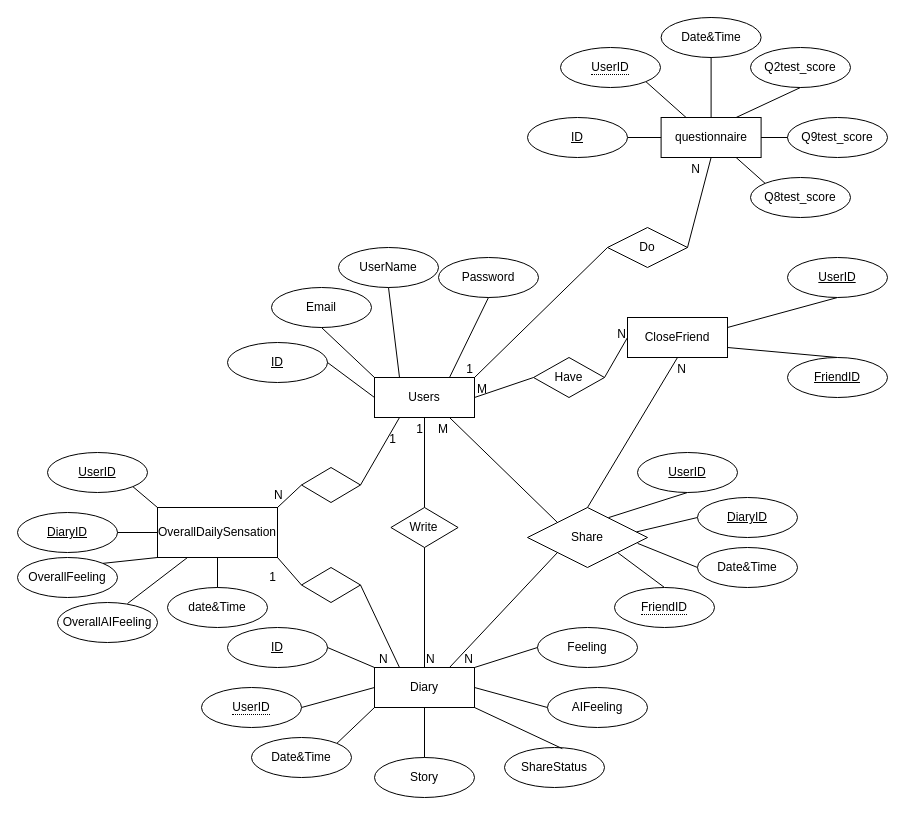
Above: diagarm/ERDiagram.drawio in Babybluebear404/Project-SafeZone (draw.io), before the change. Source tidied: cells renumbered, new cells numbered last; positions are measured from the earlier drawing's top-left corner, leaving out a move shared by most shapes. Both pictures are drawn from the tidied source at 100%, with x=0, y=0 at pixel (17, 17).
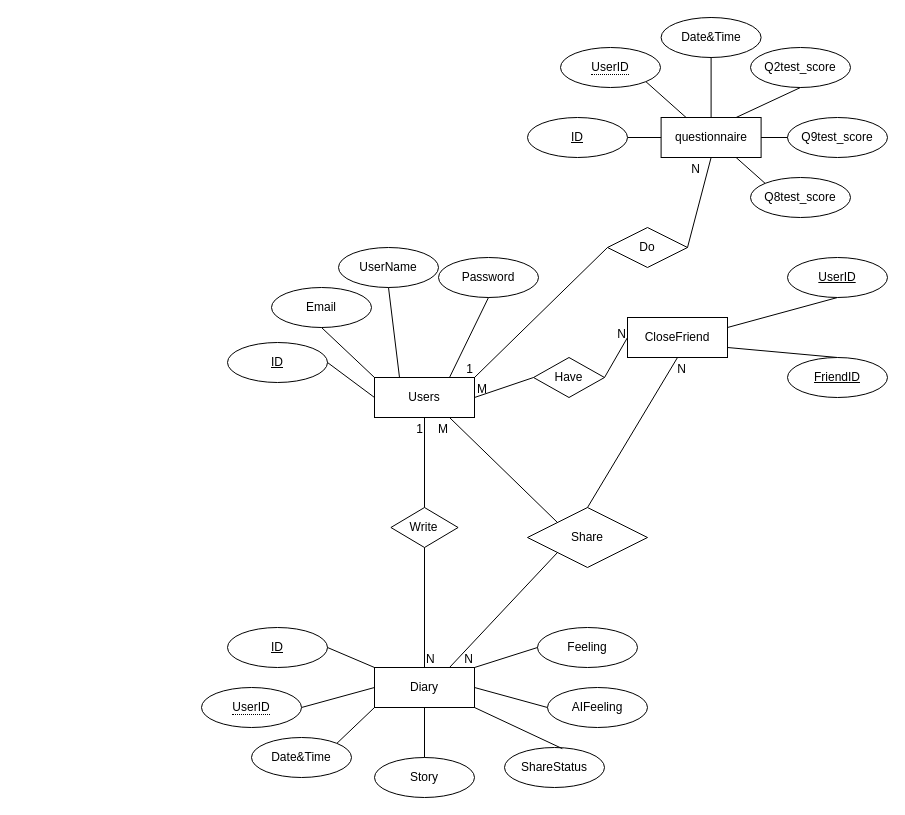
After the change.

Unchanged cells that the change refers to:
```xml
<mxCell id="3" value="Users" style="whiteSpace=wrap;html=1;align=center;" parent="1" vertex="1">
  <mxGeometry x="357" y="360" width="100" height="40" as="geometry" />
</mxCell>
<mxCell id="7" value="Diary" style="whiteSpace=wrap;html=1;align=center;" parent="1" vertex="1">
  <mxGeometry x="357" y="650" width="100" height="40" as="geometry" />
</mxCell>
<mxCell id="30" value="Share" style="shape=rhombus;perimeter=rhombusPerimeter;whiteSpace=wrap;html=1;align=center;" parent="1" vertex="1">
  <mxGeometry x="510" y="490" width="120" height="60" as="geometry" />
</mxCell>
```

Diff of the diagram source:
```diff
@@
-    <mxCell id="31" style="endArrow=none;html=1;rounded=0;entryX=0;entryY=0.5;entryDx=0;entryDy=0;exitX=0.908;exitY=0.407;exitDx=0;exitDy=0;exitPerimeter=0;" parent="1" edge="1" source="30" target="56">
-      <mxGeometry relative="1" as="geometry" />
-    </mxCell>
-    <mxCell id="32" style="endArrow=none;html=1;rounded=0;entryX=0.5;entryY=0;entryDx=0;entryDy=0;exitX=1;exitY=1;exitDx=0;exitDy=0;" parent="1" edge="1" source="30" target="58">
-      <mxGeometry relative="1" as="geometry" />
-    </mxCell>
@@
-    <mxCell id="37" style="endArrow=none;html=1;rounded=0;entryX=0;entryY=0.5;entryDx=0;entryDy=0;exitX=0.918;exitY=0.598;exitDx=0;exitDy=0;exitPerimeter=0;" parent="1" edge="1" source="30" target="40">
-      <mxGeometry relative="1" as="geometry" />
-    </mxCell>
@@
-    <mxCell id="40" value="Date&amp;amp;Time" style="ellipse;whiteSpace=wrap;html=1;align=center;" parent="1" vertex="1">
-      <mxGeometry x="680" y="530" width="100" height="40" as="geometry" />
-    </mxCell>
@@
-    <mxCell id="44" style="endArrow=none;html=1;rounded=0;entryX=0.5;entryY=1;entryDx=0;entryDy=0;exitX=0.675;exitY=0.169;exitDx=0;exitDy=0;exitPerimeter=0;" parent="1" edge="1" source="30" target="57">
-      <mxGeometry relative="1" as="geometry" />
-    </mxCell>
-    <mxCell id="45" value="OverallDailySensation" style="whiteSpace=wrap;html=1;align=center;" parent="1" vertex="1">
-      <mxGeometry x="140" y="490" width="120" height="50" as="geometry" />
-    </mxCell>
-    <mxCell id="46" style="shape=rhombus;perimeter=rhombusPerimeter;whiteSpace=wrap;html=1;align=center;" parent="1" vertex="1">
-      <mxGeometry x="284" y="450" width="59" height="35" as="geometry" />
-    </mxCell>
-    <mxCell id="47" style="shape=rhombus;perimeter=rhombusPerimeter;whiteSpace=wrap;html=1;align=center;" parent="1" vertex="1">
-      <mxGeometry x="284" y="550" width="59" height="35" as="geometry" />
-    </mxCell>
-    <mxCell id="48" style="endArrow=none;html=1;rounded=0;exitX=1;exitY=0.5;exitDx=0;exitDy=0;entryX=0.25;entryY=1;entryDx=0;entryDy=0;" parent="1" edge="1" source="46" target="3">
-      <mxGeometry relative="1" as="geometry" />
-    </mxCell>
-    <mxCell id="49" value="1" style="html=1;whiteSpace=wrap;align=right;verticalAlign=bottom;" parent="48" vertex="1">
-      <mxGeometry x="1" relative="1" as="geometry">
-        <mxPoint x="-2" y="30" as="offset" />
-      </mxGeometry>
-    </mxCell>
-    <mxCell id="50" style="endArrow=none;html=1;rounded=0;exitX=1;exitY=0;exitDx=0;exitDy=0;entryX=0;entryY=0.5;entryDx=0;entryDy=0;" parent="1" edge="1" source="45" target="46">
-      <mxGeometry relative="1" as="geometry" />
-    </mxCell>
-    <mxCell id="51" value="N" style="html=1;whiteSpace=wrap;align=left;verticalAlign=bottom;" parent="1" vertex="1">
-      <mxGeometry x="260" y="500" as="geometry">
-        <mxPoint x="-5" y="-14" as="offset" />
-      </mxGeometry>
-    </mxCell>
-    <mxCell id="52" style="endArrow=none;html=1;rounded=0;exitX=1;exitY=1;exitDx=0;exitDy=0;entryX=0;entryY=0.5;entryDx=0;entryDy=0;" parent="1" edge="1" source="45" target="47">
-      <mxGeometry relative="1" as="geometry" />
-    </mxCell>
-    <mxCell id="53" value="1" style="html=1;whiteSpace=wrap;align=right;verticalAlign=bottom;" parent="52" vertex="1">
-      <mxGeometry x="1" relative="1" as="geometry">
-        <mxPoint x="-24" as="offset" />
-      </mxGeometry>
-    </mxCell>
-    <mxCell id="54" style="endArrow=none;html=1;rounded=0;exitX=1;exitY=0.5;exitDx=0;exitDy=0;entryX=0.25;entryY=0;entryDx=0;entryDy=0;" parent="1" edge="1" source="47" target="7">
-      <mxGeometry relative="1" as="geometry" />
-    </mxCell>
-    <mxCell id="55" value="N" style="html=1;whiteSpace=wrap;align=left;verticalAlign=bottom;" parent="1" vertex="1">
-      <mxGeometry x="360" y="650" as="geometry" />
-    </mxCell>
-    <mxCell id="56" value="DiaryID" style="ellipse;whiteSpace=wrap;html=1;align=center;fontStyle=4;" parent="1" vertex="1">
-      <mxGeometry x="680" y="480" width="100" height="40" as="geometry" />
-    </mxCell>
-    <mxCell id="57" value="UserID" style="ellipse;whiteSpace=wrap;html=1;align=center;fontStyle=4;" parent="1" vertex="1">
-      <mxGeometry x="620" y="435" width="100" height="40" as="geometry" />
-    </mxCell>
-    <mxCell id="58" value="&lt;span style=&quot;border-bottom: 1px dotted&quot;&gt;FriendID&lt;/span&gt;" style="ellipse;whiteSpace=wrap;html=1;align=center;" parent="1" vertex="1">
-      <mxGeometry x="597" y="570" width="100" height="40" as="geometry" />
-    </mxCell>
@@
-    <mxCell id="60" value="UserID" style="ellipse;whiteSpace=wrap;html=1;align=center;fontStyle=4;" parent="1" vertex="1">
-      <mxGeometry x="30" y="435" width="100" height="40" as="geometry" />
-    </mxCell>
-    <mxCell id="61" value="DiaryID" style="ellipse;whiteSpace=wrap;html=1;align=center;fontStyle=4;" parent="1" vertex="1">
-      <mxGeometry y="495" width="100" height="40" as="geometry" />
-    </mxCell>
-    <mxCell id="62" style="endArrow=none;html=1;rounded=0;exitX=1;exitY=1;exitDx=0;exitDy=0;entryX=0;entryY=0;entryDx=0;entryDy=0;" parent="1" edge="1" source="60" target="45">
-      <mxGeometry relative="1" as="geometry" />
-    </mxCell>
-    <mxCell id="63" style="endArrow=none;html=1;rounded=0;exitX=1;exitY=0.5;exitDx=0;exitDy=0;entryX=0;entryY=0.5;entryDx=0;entryDy=0;" parent="1" edge="1" source="61" target="45">
-      <mxGeometry relative="1" as="geometry" />
-    </mxCell>
@@
-    <mxCell id="65" value="OverallFeeling" style="ellipse;whiteSpace=wrap;html=1;align=center;" parent="1" vertex="1">
-      <mxGeometry y="540" width="100" height="40" as="geometry" />
-    </mxCell>
-    <mxCell id="66" style="endArrow=none;html=1;rounded=0;exitX=0;exitY=1;exitDx=0;exitDy=0;entryX=1;entryY=0;entryDx=0;entryDy=0;" parent="1" edge="1" source="45" target="65">
-      <mxGeometry relative="1" as="geometry" />
-    </mxCell>
-    <mxCell id="67" value="date&amp;amp;Time" style="ellipse;whiteSpace=wrap;html=1;align=center;" parent="1" vertex="1">
-      <mxGeometry x="150" y="570" width="100" height="40" as="geometry" />
-    </mxCell>
-    <mxCell id="68" style="endArrow=none;html=1;rounded=0;exitX=0.5;exitY=1;exitDx=0;exitDy=0;entryX=0.5;entryY=0;entryDx=0;entryDy=0;" parent="1" edge="1" source="45" target="67">
-      <mxGeometry relative="1" as="geometry" />
-    </mxCell>
@@
-    <mxCell id="87" value="OverallAIFeeling" style="ellipse;whiteSpace=wrap;html=1;align=center;" parent="1" vertex="1">
-      <mxGeometry x="40" y="585" width="100" height="40" as="geometry" />
-    </mxCell>
-    <mxCell id="88" style="endArrow=none;html=1;rounded=0;exitX=0.25;exitY=1;exitDx=0;exitDy=0;entryX=0.7;entryY=0.025;entryDx=0;entryDy=0;entryPerimeter=0;" parent="1" edge="1" source="45" target="87">
-      <mxGeometry relative="1" as="geometry" />
-    </mxCell>
```
